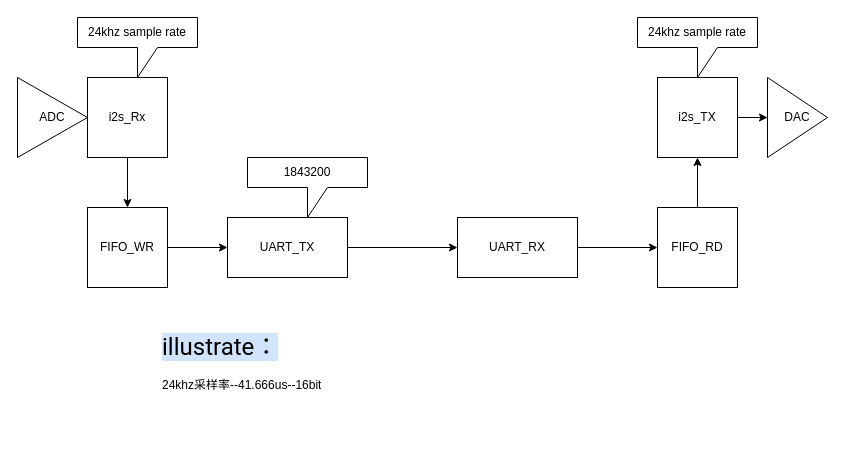
The draw.io diagram uart_audio.drawio in openslee/Verilog, before the edit. Source tidied: cells renumbered, new cells numbered last; positions are measured from the earlier drawing's top-left corner, leaving out a move shared by most shapes. Both pictures are drawn from the tidied source at 100%, with x=0, y=0 at pixel (17, 17).
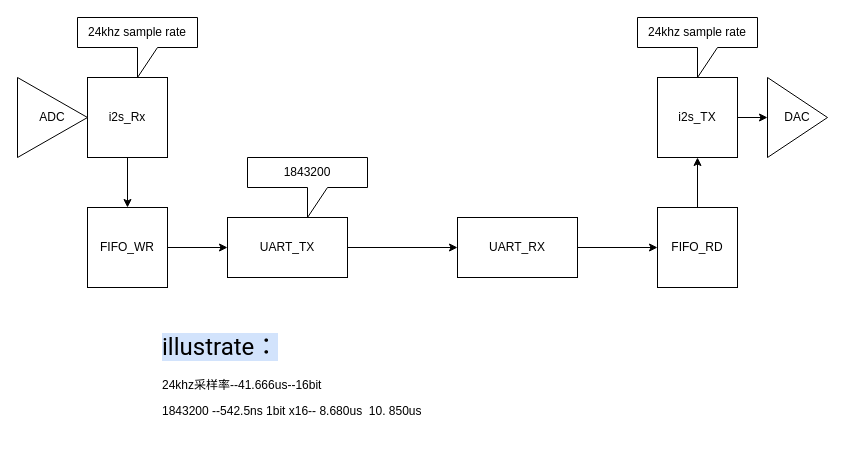
After the change.

The edit, as a diff of the source:
```diff
@@
 <mxGraphModel>
   <root>
     <mxCell id="0" />
     <mxCell id="1" parent="0" />
     <mxCell id="2" style="edgeStyle=orthogonalEdgeStyle;rounded=0;jettySize=auto;html=1;exitX=1;exitY=0.5;exitDx=0;exitDy=0;entryX=0;entryY=0.5;entryDx=0;entryDy=0;" parent="1" edge="1" source="3" target="5">
       <mxGeometry relative="1" as="geometry" />
     </mxCell>
     <mxCell id="3" value="UART_TX" style="rounded=0;whiteSpace=wrap;html=1;" parent="1" vertex="1">
       <mxGeometry x="210" y="200" width="120" height="60" as="geometry" />
     </mxCell>
     <mxCell id="4" style="edgeStyle=orthogonalEdgeStyle;rounded=0;jettySize=auto;html=1;entryX=0;entryY=0.5;entryDx=0;entryDy=0;" parent="1" edge="1" source="5" target="9">
       <mxGeometry relative="1" as="geometry" />
     </mxCell>
     <mxCell id="5" value="UART_RX" style="rounded=0;whiteSpace=wrap;html=1;" parent="1" vertex="1">
       <mxGeometry x="440" y="200" width="120" height="60" as="geometry" />
     </mxCell>
     <mxCell id="6" style="edgeStyle=orthogonalEdgeStyle;rounded=0;jettySize=auto;html=1;exitX=1;exitY=0.5;exitDx=0;exitDy=0;entryX=0;entryY=0.5;entryDx=0;entryDy=0;" parent="1" edge="1" source="7" target="3">
       <mxGeometry relative="1" as="geometry" />
     </mxCell>
     <mxCell id="7" value="FIFO_WR" style="whiteSpace=wrap;html=1;" parent="1" vertex="1">
       <mxGeometry x="70" y="190" width="80" height="80" as="geometry" />
     </mxCell>
     <mxCell id="8" style="edgeStyle=orthogonalEdgeStyle;rounded=0;jettySize=auto;html=1;exitX=0.5;exitY=0;exitDx=0;exitDy=0;entryX=0.5;entryY=1;entryDx=0;entryDy=0;" parent="1" edge="1" source="9" target="14">
       <mxGeometry relative="1" as="geometry" />
     </mxCell>
     <mxCell id="9" value="FIFO_RD" style="whiteSpace=wrap;html=1;" parent="1" vertex="1">
       <mxGeometry x="640" y="190" width="80" height="80" as="geometry" />
     </mxCell>
     <mxCell id="10" style="edgeStyle=orthogonalEdgeStyle;rounded=0;jettySize=auto;html=1;exitX=0.5;exitY=1;exitDx=0;exitDy=0;entryX=0.5;entryY=0;entryDx=0;entryDy=0;" parent="1" edge="1" source="11" target="7">
       <mxGeometry relative="1" as="geometry" />
     </mxCell>
     <mxCell id="11" value="i2s_Rx" style="whiteSpace=wrap;html=1;" parent="1" vertex="1">
       <mxGeometry x="70" y="60" width="80" height="80" as="geometry" />
     </mxCell>
     <mxCell id="12" value="24khz sample rate" style="shape=callout;whiteSpace=wrap;html=1;perimeter=calloutPerimeter;" parent="1" vertex="1">
       <mxGeometry x="60" width="120" height="60" as="geometry" />
     </mxCell>
     <mxCell id="13" style="edgeStyle=orthogonalEdgeStyle;rounded=0;jettySize=auto;html=1;entryX=0;entryY=0.5;entryDx=0;entryDy=0;" parent="1" edge="1" source="14" target="16">
       <mxGeometry relative="1" as="geometry" />
     </mxCell>
     <mxCell id="14" value="i2s_TX" style="whiteSpace=wrap;html=1;" parent="1" vertex="1">
       <mxGeometry x="640" y="60" width="80" height="80" as="geometry" />
     </mxCell>
     <mxCell id="15" value="ADC" style="triangle;whiteSpace=wrap;html=1;" parent="1" vertex="1">
       <mxGeometry y="60" width="70" height="80" as="geometry" />
     </mxCell>
     <mxCell id="16" value="DAC" style="triangle;whiteSpace=wrap;html=1;" parent="1" vertex="1">
       <mxGeometry x="750" y="60" width="60" height="80" as="geometry" />
     </mxCell>
     <mxCell id="17" value="24khz sample rate" style="shape=callout;whiteSpace=wrap;html=1;perimeter=calloutPerimeter;" parent="1" vertex="1">
       <mxGeometry x="620" width="120" height="60" as="geometry" />
     </mxCell>
-    <mxCell id="18" value="&lt;h1&gt;&lt;span class=&quot;VIiyi&quot; lang=&quot;en&quot; style=&quot;display: inline ; font-family: &amp;#34;roboto&amp;#34; , &amp;#34;robotodraft&amp;#34; , &amp;#34;helvetica&amp;#34; , &amp;#34;arial&amp;#34; , sans-serif ; font-weight: 400 ; background-color: rgb(245 , 245 , 245)&quot;&gt;&lt;span class=&quot;JLqJ4b ChMk0b&quot; style=&quot;cursor: pointer ; background-color: rgb(210 , 227 , 252)&quot;&gt;&lt;span&gt;illustrate：&lt;/span&gt;&lt;/span&gt;&lt;/span&gt;&lt;span style=&quot;font-family: &amp;#34;roboto&amp;#34; , &amp;#34;robotodraft&amp;#34; , &amp;#34;helvetica&amp;#34; , &amp;#34;arial&amp;#34; , sans-serif ; font-weight: 400 ; background-color: rgb(245 , 245 , 245)&quot;&gt;&lt;/span&gt;&lt;br&gt;&lt;/h1&gt;&lt;p&gt;24khz采样率--41.666us--16bit&lt;/p&gt;" style="text;html=1;strokeColor=none;fillColor=none;spacing=5;spacingTop=-20;whiteSpace=wrap;overflow=hidden;rounded=0;" parent="1" vertex="1">
-      <mxGeometry x="140" y="310" width="190" height="120" as="geometry" />
+    <mxCell id="18" value="&lt;h1&gt;&lt;span class=&quot;VIiyi&quot; lang=&quot;en&quot; style=&quot;display: inline ; font-family: &amp;#34;roboto&amp;#34; , &amp;#34;robotodraft&amp;#34; , &amp;#34;helvetica&amp;#34; , &amp;#34;arial&amp;#34; , sans-serif ; font-weight: 400 ; background-color: rgb(245 , 245 , 245)&quot;&gt;&lt;span class=&quot;JLqJ4b ChMk0b&quot; style=&quot;cursor: pointer ; background-color: rgb(210 , 227 , 252)&quot;&gt;&lt;span&gt;illustrate：&lt;/span&gt;&lt;/span&gt;&lt;/span&gt;&lt;span style=&quot;font-family: &amp;#34;roboto&amp;#34; , &amp;#34;robotodraft&amp;#34; , &amp;#34;helvetica&amp;#34; , &amp;#34;arial&amp;#34; , sans-serif ; font-weight: 400 ; background-color: rgb(245 , 245 , 245)&quot;&gt;&lt;/span&gt;&lt;br&gt;&lt;/h1&gt;&lt;p&gt;24khz采样率--41.666us--16bit&lt;/p&gt;&lt;p&gt;1843200 --542.5ns 1bit x16-- 8.680us&amp;nbsp; 10. 850us&lt;/p&gt;" style="text;html=1;strokeColor=none;fillColor=none;spacing=5;spacingTop=-20;whiteSpace=wrap;overflow=hidden;rounded=0;" parent="1" vertex="1">
+      <mxGeometry x="140" y="310" width="310" height="120" as="geometry" />
     </mxCell>
     <mxCell id="19" value="1843200" style="shape=callout;whiteSpace=wrap;html=1;perimeter=calloutPerimeter;" parent="1" vertex="1">
       <mxGeometry x="230" y="140" width="120" height="60" as="geometry" />
     </mxCell>
   </root>
 </mxGraphModel>
```
